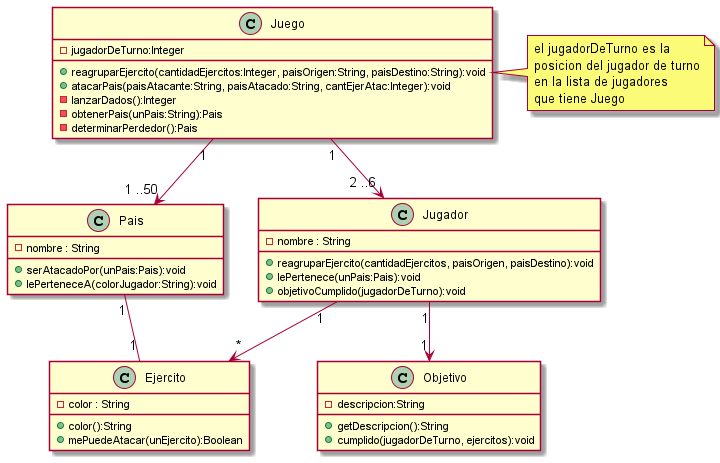
The PlantUML diagram docs/diagramasUML/diagramaDeClase.png in nauee/Algo3-TP2, before a commit.
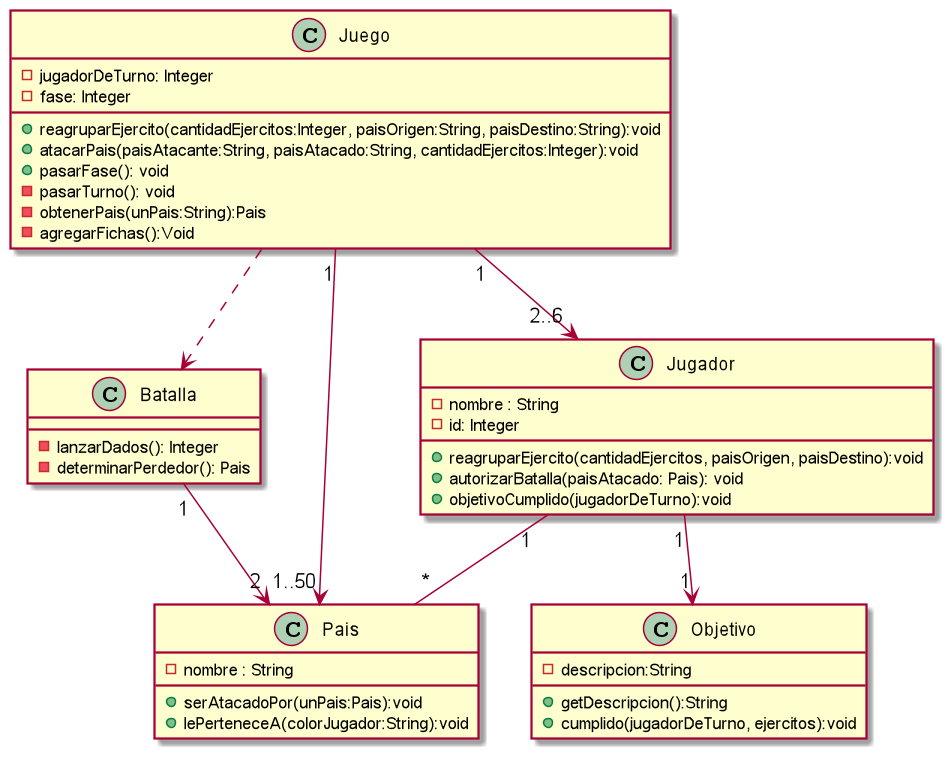
The same file after the commit.

Change to the diagram source:
```diff
@@ -1,20 +1,21 @@
 @startuml diagramaDeClase
 
 class Juego{
-    -jugadorDeTurno:Integer
+    -jugadorDeTurno: Integer
+    -fase: Integer
 
     +reagruparEjercito(cantidadEjercitos:Integer, paisOrigen:String, paisDestino:String):void
-    +atacarPais(paisAtacante:String, paisAtacado:String, cantEjerAtac:Integer):void
-    -lanzarDados():Integer
+    +atacarPais(paisAtacante:String, paisAtacado:String, cantidadEjercitos:Integer):void
+    +pasarFase(): void
+    -pasarTurno(): void
     -obtenerPais(unPais:String):Pais
-    -determinarPerdedor():Pais
+    -agregarFichas():Void
 }
 
-class Ejercito{
-    -color : String
+class Batalla{
 
-    +color():String
-    +mePuedeAtacar(unEjercito):Boolean
+    -lanzarDados(): Integer
+    -determinarPerdedor(): Pais
 }
 
 class Pais{
@@ -33,22 +34,18 @@
 
 class Jugador{
     -nombre : String
+    -id: Integer
 
     +reagruparEjercito(cantidadEjercitos, paisOrigen, paisDestino):void
-    +lePertenece(unPais:Pais):void
+    +autorizarBatalla(paisAtacado: Pais): void
     +objetivoCumplido(jugadorDeTurno):void
 }
 
-note right of Juego
-el jugadorDeTurno es la
-posicion del jugador de turno
-en la lista de jugadores
-que tiene Juego
-end note
+Juego "1"-down->"2..6" Jugador
+Juego "1" -down-> "1..50" Pais
+Jugador "1"-down-"*" Pais
+Jugador "1"-down->"1" Objetivo
+Juego ..> Batalla
+Batalla "1"-right->"2" Pais
 
-Juego "1"-down->"2 ..6" Jugador
-Juego "1" -down-> "1 ..50" Pais
-Pais "1"--"1" Ejercito
-Jugador "1"-down->"*" Ejercito
-Jugador "1"-down->"1" Objetivo
 @enduml
```
